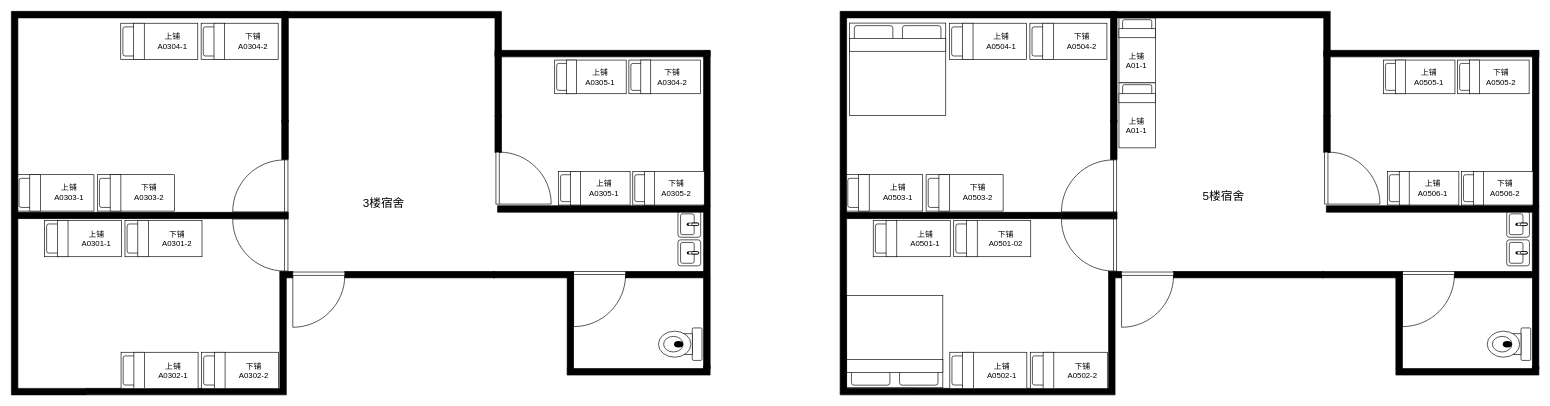
Above: data/宿舍.drawio in chenyanxi/hosts (draw.io), before the change. Source tidied: cells renumbered, new cells numbered last; positions are measured from the earlier drawing's top-left corner, leaving out a move shared by most shapes. Both pictures are drawn from the tidied source at 65%, with x=0, y=0 at pixel (11, 3).
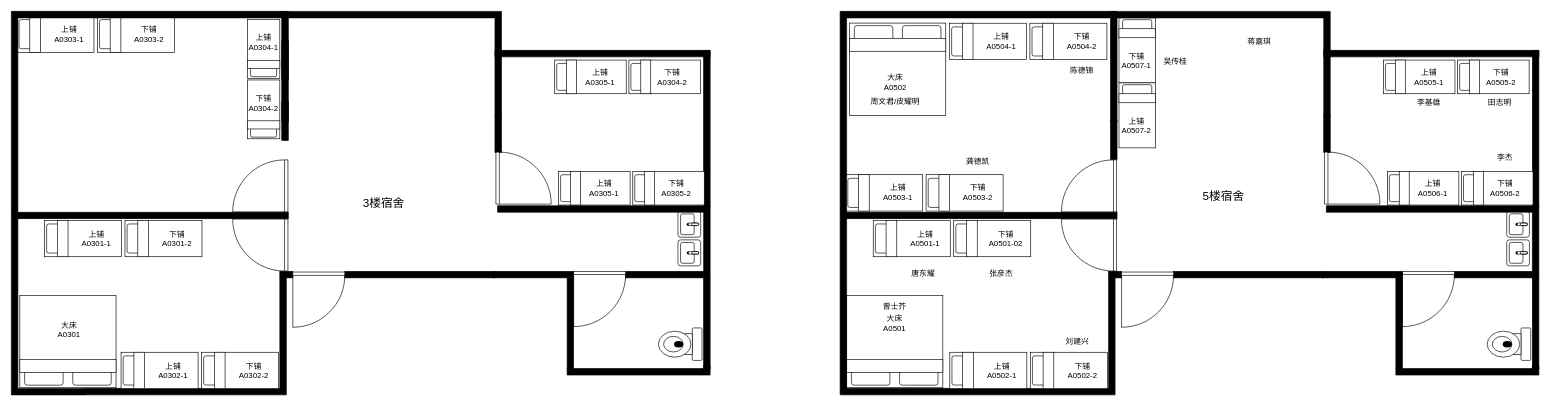
The same diagram, later.

Diff of the diagram source:
```diff
@@
-    <mxCell id="46" value="上铺&lt;div&gt;A01-1&lt;/div&gt;" style="text;html=1;align=center;verticalAlign=middle;whiteSpace=wrap;rounded=0;" parent="1" vertex="1">
+    <mxCell id="46" value="下铺&lt;div&gt;A0507-1&lt;/div&gt;" style="text;html=1;align=center;verticalAlign=middle;whiteSpace=wrap;rounded=0;" parent="1" vertex="1">
       <mxGeometry x="1701" y="74.2" width="60" height="30" as="geometry" />
     </mxCell>
@@
-    <mxCell id="48" value="上铺&lt;div&gt;A01-1&lt;/div&gt;" style="text;html=1;align=center;verticalAlign=middle;whiteSpace=wrap;rounded=0;" parent="1" vertex="1">
+    <mxCell id="48" value="上铺&lt;div&gt;A0507-2&lt;/div&gt;" style="text;html=1;align=center;verticalAlign=middle;whiteSpace=wrap;rounded=0;" parent="1" vertex="1">
       <mxGeometry x="1701" y="174.2" width="60" height="30" as="geometry" />
     </mxCell>
@@
     <mxCell id="60" style="verticalLabelPosition=bottom;html=1;verticalAlign=top;align=center;strokeWidth=1;shape=mxgraph.floorplan.wall;fillColor=#000000;direction=south;rounded=0;shadow=0;comic=0;fontFamily=Verdana;fontSize=12;" parent="1" vertex="1">
-      <mxGeometry x="416" y="181" width="10" height="60" as="geometry" />
+      <mxGeometry x="416" y="151.5" width="10" height="60" as="geometry" />
     </mxCell>
@@
     <mxCell id="87" style="verticalLabelPosition=bottom;html=1;verticalAlign=top;align=center;shape=mxgraph.floorplan.bed_single;rotation=-90;" parent="1" vertex="1">
-      <mxGeometry x="39.8" y="233" width="56" height="118.5" as="geometry" />
+      <mxGeometry x="39.8" y="-11.2" width="56" height="118.5" as="geometry" />
     </mxCell>
     <mxCell id="88" value="上铺&lt;div&gt;A0303-1&lt;/div&gt;" style="text;html=1;align=center;verticalAlign=middle;whiteSpace=wrap;rounded=0;" parent="1" vertex="1">
-      <mxGeometry x="58.5" y="277.2" width="60" height="30" as="geometry" />
+      <mxGeometry x="58.5" y="33" width="60" height="30" as="geometry" />
     </mxCell>
     <mxCell id="89" style="verticalLabelPosition=bottom;html=1;verticalAlign=top;align=center;shape=mxgraph.floorplan.bed_single;rotation=-90;" parent="1" vertex="1">
-      <mxGeometry x="163.5" y="233" width="56" height="118.5" as="geometry" />
+      <mxGeometry x="163.5" y="-11.2" width="56" height="118.5" as="geometry" />
     </mxCell>
     <mxCell id="90" value="下铺&lt;div&gt;A0303-2&lt;/div&gt;" style="text;html=1;align=center;verticalAlign=middle;whiteSpace=wrap;rounded=0;" parent="1" vertex="1">
-      <mxGeometry x="182.2" y="277.2" width="60" height="30" as="geometry" />
+      <mxGeometry x="182.2" y="33" width="60" height="30" as="geometry" />
     </mxCell>
-    <mxCell id="91" style="verticalLabelPosition=bottom;html=1;verticalAlign=top;align=center;shape=mxgraph.floorplan.bed_single;rotation=-90;" parent="1" vertex="1">
-      <mxGeometry x="199.5" width="56" height="118.5" as="geometry" />
-    </mxCell>
-    <mxCell id="92" value="上铺&lt;div&gt;A0304-1&lt;/div&gt;" style="text;html=1;align=center;verticalAlign=middle;whiteSpace=wrap;rounded=0;" parent="1" vertex="1">
-      <mxGeometry x="218.2" y="44.2" width="60" height="30" as="geometry" />
-    </mxCell>
-    <mxCell id="93" style="verticalLabelPosition=bottom;html=1;verticalAlign=top;align=center;shape=mxgraph.floorplan.bed_single;rotation=-90;" parent="1" vertex="1">
-      <mxGeometry x="323.2" width="56" height="118.5" as="geometry" />
+    <mxCell id="93" style="verticalLabelPosition=bottom;html=1;verticalAlign=top;align=center;shape=mxgraph.floorplan.bed_single;rotation=-180;" parent="1" vertex="1">
+      <mxGeometry x="363" y="118.5" width="50" height="90.5" as="geometry" />
     </mxCell>
-    <mxCell id="94" value="下铺&lt;div&gt;A0304-2&lt;/div&gt;" style="text;html=1;align=center;verticalAlign=middle;whiteSpace=wrap;rounded=0;" parent="1" vertex="1">
-      <mxGeometry x="342" y="44.2" width="60" height="30" as="geometry" />
-    </mxCell>
@@
+    <mxCell id="94" value="下铺&lt;div&gt;A0304-2&lt;/div&gt;" style="text;html=1;align=center;verticalAlign=middle;whiteSpace=wrap;rounded=0;" parent="1" vertex="1">
+      <mxGeometry x="358" y="139.2" width="60" height="30" as="geometry" />
+    </mxCell>
+    <mxCell id="110" style="verticalLabelPosition=bottom;html=1;verticalAlign=top;align=center;strokeWidth=1;shape=mxgraph.floorplan.wall;fillColor=#000000;direction=south;rounded=0;shadow=0;comic=0;fontFamily=Verdana;fontSize=12;" parent="1" vertex="1">
+      <mxGeometry x="416" y="58.5" width="10" height="60" as="geometry" />
+    </mxCell>
+    <mxCell id="111" style="verticalLabelPosition=bottom;html=1;verticalAlign=top;align=center;shape=mxgraph.floorplan.bed_single;rotation=-180;" parent="1" vertex="1">
+      <mxGeometry x="363" y="25.5" width="50" height="90.5" as="geometry" />
+    </mxCell>
+    <mxCell id="92" value="上铺&lt;div&gt;A0304-1&lt;/div&gt;" style="text;html=1;align=center;verticalAlign=middle;whiteSpace=wrap;rounded=0;" parent="1" vertex="1">
+      <mxGeometry x="358" y="46.2" width="60" height="30" as="geometry" />
+    </mxCell>
+    <mxCell id="112" style="verticalLabelPosition=bottom;html=1;verticalAlign=top;align=center;shape=mxgraph.floorplan.bed_double;rotation=-180;" parent="1" vertex="1">
+      <mxGeometry x="13" y="450" width="148" height="142" as="geometry" />
+    </mxCell>
+    <mxCell id="113" value="大床&lt;div&gt;A0501&lt;/div&gt;" style="text;html=1;align=center;verticalAlign=middle;whiteSpace=wrap;rounded=0;" parent="1" vertex="1">
+      <mxGeometry x="1329" y="478" width="60" height="30" as="geometry" />
+    </mxCell>
+    <mxCell id="114" value="大床&lt;div&gt;A0502&lt;/div&gt;" style="text;html=1;align=center;verticalAlign=middle;whiteSpace=wrap;rounded=0;" parent="1" vertex="1">
+      <mxGeometry x="1330" y="107.2" width="60" height="30" as="geometry" />
+    </mxCell>
+    <mxCell id="115" value="大床&lt;div&gt;A0301&lt;/div&gt;" style="text;html=1;align=center;verticalAlign=middle;whiteSpace=wrap;rounded=0;" parent="1" vertex="1">
+      <mxGeometry x="58.5" y="488" width="60" height="30" as="geometry" />
+    </mxCell>
+    <mxCell id="116" value="唐东耀" style="text;html=1;align=center;verticalAlign=middle;whiteSpace=wrap;rounded=0;" parent="1" vertex="1">
+      <mxGeometry x="1373" y="402" width="60" height="30" as="geometry" />
+    </mxCell>
+    <mxCell id="117" value="李杰" style="text;html=1;align=center;verticalAlign=middle;whiteSpace=wrap;rounded=0;" parent="1" vertex="1">
+      <mxGeometry x="2268" y="223" width="60" height="30" as="geometry" />
+    </mxCell>
+    <mxCell id="118" value="田志明" style="text;html=1;align=center;verticalAlign=middle;whiteSpace=wrap;rounded=0;" parent="1" vertex="1">
+      <mxGeometry x="2260.1" y="139.2" width="60" height="30" as="geometry" />
+    </mxCell>
+    <mxCell id="119" value="李基雄" style="text;html=1;align=center;verticalAlign=middle;whiteSpace=wrap;rounded=0;" parent="1" vertex="1">
+      <mxGeometry x="2151" y="139.2" width="60" height="30" as="geometry" />
+    </mxCell>
+    <mxCell id="120" value="张彦杰" style="text;html=1;align=center;verticalAlign=middle;whiteSpace=wrap;rounded=0;" parent="1" vertex="1">
+      <mxGeometry x="1493.2" y="402" width="60" height="30" as="geometry" />
+    </mxCell>
+    <mxCell id="121" value="曾士芥" style="text;html=1;align=center;verticalAlign=middle;whiteSpace=wrap;rounded=0;" parent="1" vertex="1">
+      <mxGeometry x="1329" y="453" width="60" height="30" as="geometry" />
+    </mxCell>
+    <mxCell id="122" value="龚德凯" style="text;html=1;align=center;verticalAlign=middle;whiteSpace=wrap;rounded=0;" parent="1" vertex="1">
+      <mxGeometry x="1457.2" y="230" width="60" height="30" as="geometry" />
+    </mxCell>
+    <mxCell id="123" value="吴传桂" style="text;html=1;align=center;verticalAlign=middle;whiteSpace=wrap;rounded=0;" parent="1" vertex="1">
+      <mxGeometry x="1761" y="76.2" width="60" height="30" as="geometry" />
+    </mxCell>
+    <mxCell id="124" value="陈德锦" style="text;html=1;align=center;verticalAlign=middle;whiteSpace=wrap;rounded=0;" parent="1" vertex="1">
+      <mxGeometry x="1617" y="88.5" width="60" height="30" as="geometry" />
+    </mxCell>
+    <mxCell id="125" value="周文君/皮耀明" style="text;html=1;align=center;verticalAlign=middle;whiteSpace=wrap;rounded=0;" parent="1" vertex="1">
+      <mxGeometry x="1315" y="137.2" width="90" height="30" as="geometry" />
+    </mxCell>
+    <mxCell id="126" value="蒋嘉琪" style="text;html=1;align=center;verticalAlign=middle;whiteSpace=wrap;rounded=0;" parent="1" vertex="1">
+      <mxGeometry x="1890" y="44.2" width="60" height="30" as="geometry" />
+    </mxCell>
+    <mxCell id="127" value="刘建兴" style="text;html=1;align=center;verticalAlign=middle;whiteSpace=wrap;rounded=0;" parent="1" vertex="1">
+      <mxGeometry x="1610" y="506" width="60" height="30" as="geometry" />
+    </mxCell>
```
